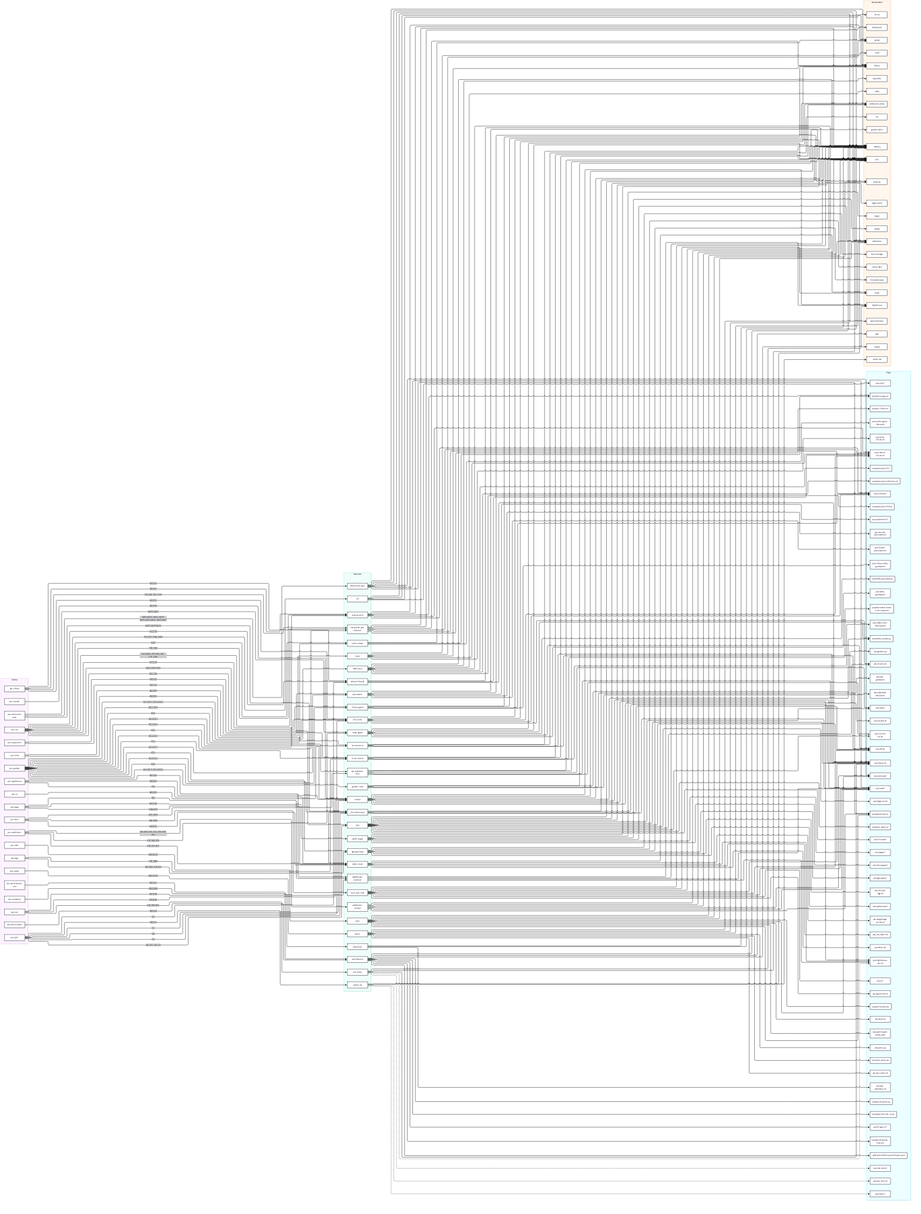
Above: docs/diagrams/features.png in villadalmine/k8s-lan-party (Mermaid), before the change. Its source is kept beside it as docs/diagrams/features.mmd.
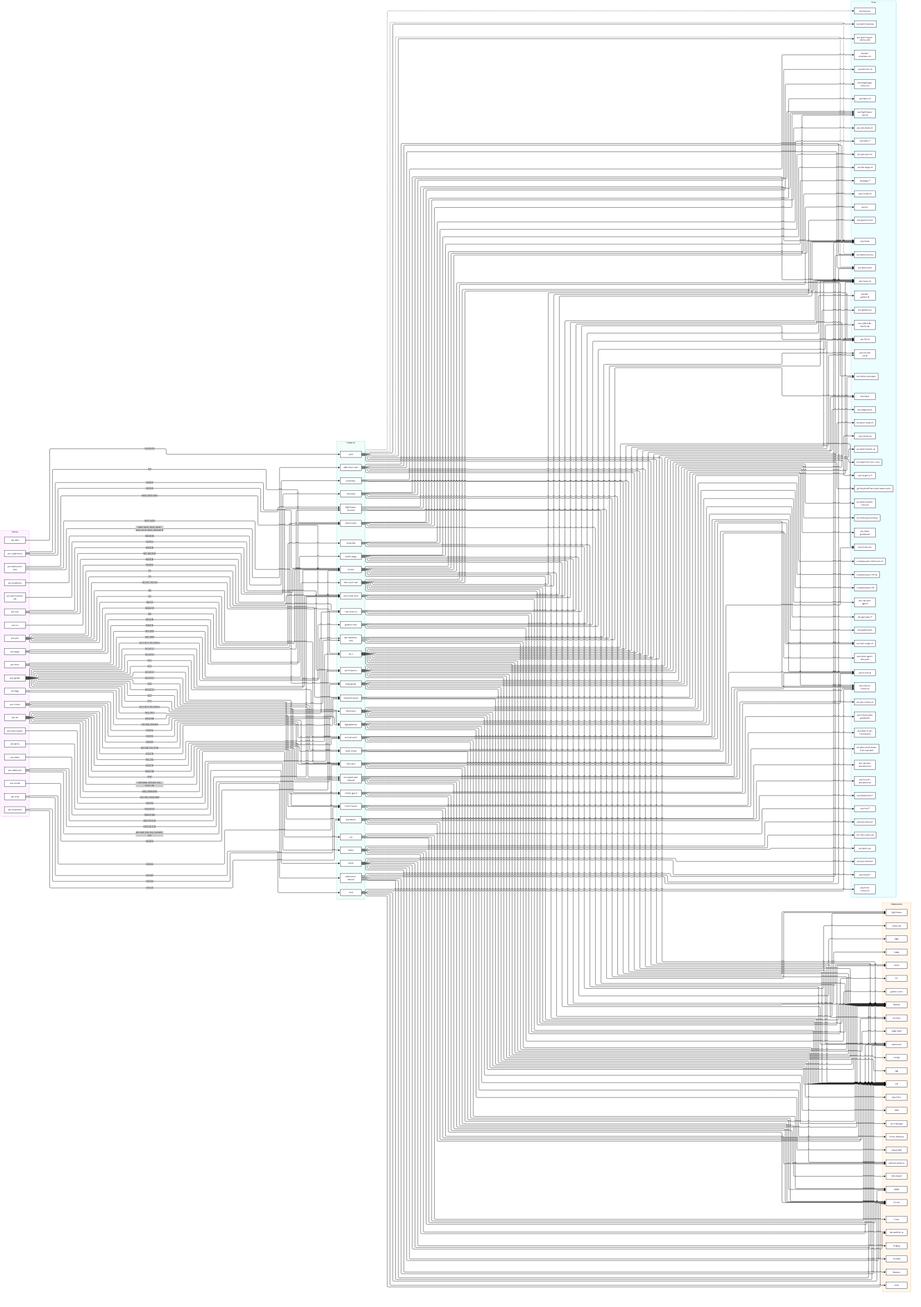
The same file after the commit.

Diff of the diagram source:
```diff
@@ -10,6 +10,7 @@
     s_poc_admission_auto["poc-admission-auto"]
     s_poc_pool["poc-pool"]
     s_poc_party["poc-party"]
+    s_poc_doom["poc-doom"]
     s_poc_page["poc-page"]
     s_poc_lighthouse["poc-lighthouse"]
     s_poc_nat["poc-nat"]
@@ -34,6 +35,7 @@
     f_admission_auto["admission-auto"]
     f_pool["pool"]
     f_party["party"]
+    f_doom["doom"]
     f_public_page["public-page"]
     f_lighthouse_external["lighthouse-external"]
     f_revoke["revoke"]
@@ -65,6 +67,9 @@
     c_admission["admission"]
     c_Kyverno["Kyverno"]
     c_NetworkPolicy["NetworkPolicy"]
+    c_Odamex["Odamex"]
+    c_FreeDM["FreeDM"]
+    c_ffmpeg["ffmpeg"]
     c_page["page"]
     c_Caddy["Caddy"]
     c_lighthouse["lighthouse"]
@@ -109,6 +114,8 @@
     p_poc_party_py["poc/party.py"]
     p_poc_test_party_py["poc/test_party.py"]
     p_poc_poc_party_sh["poc/poc-party.sh"]
+    p_poc_doom__["poc/doom/*"]
+    p_poc_poc_doom_sh["poc/poc-doom.sh"]
     p_poc_page__["poc/page/*"]
     p_poc_poc_page_sh["poc/poc-page.sh"]
     p_poc_lighthouse_vps_sh["poc/lighthouse-vps.sh"]
@@ -239,6 +246,15 @@
   f_party -.-> p_poc_party_py
   f_party -.-> p_poc_test_party_py
   f_party -.-> p_poc_poc_party_sh
+  s_poc_doom -->|"DM01-DM20"| f_doom
+  f_doom --> c_k3s
+  f_doom --> c_Cilium
+  f_doom --> c_NetworkPolicy
+  f_doom --> c_Odamex
+  f_doom --> c_FreeDM
+  f_doom --> c_ffmpeg
+  f_doom -.-> p_poc_doom__
+  f_doom -.-> p_poc_poc_doom_sh
   s_poc_page -->|"G01-G26"| f_public_page
   f_public_page --> c_page
   f_public_page --> c_Caddy
```
